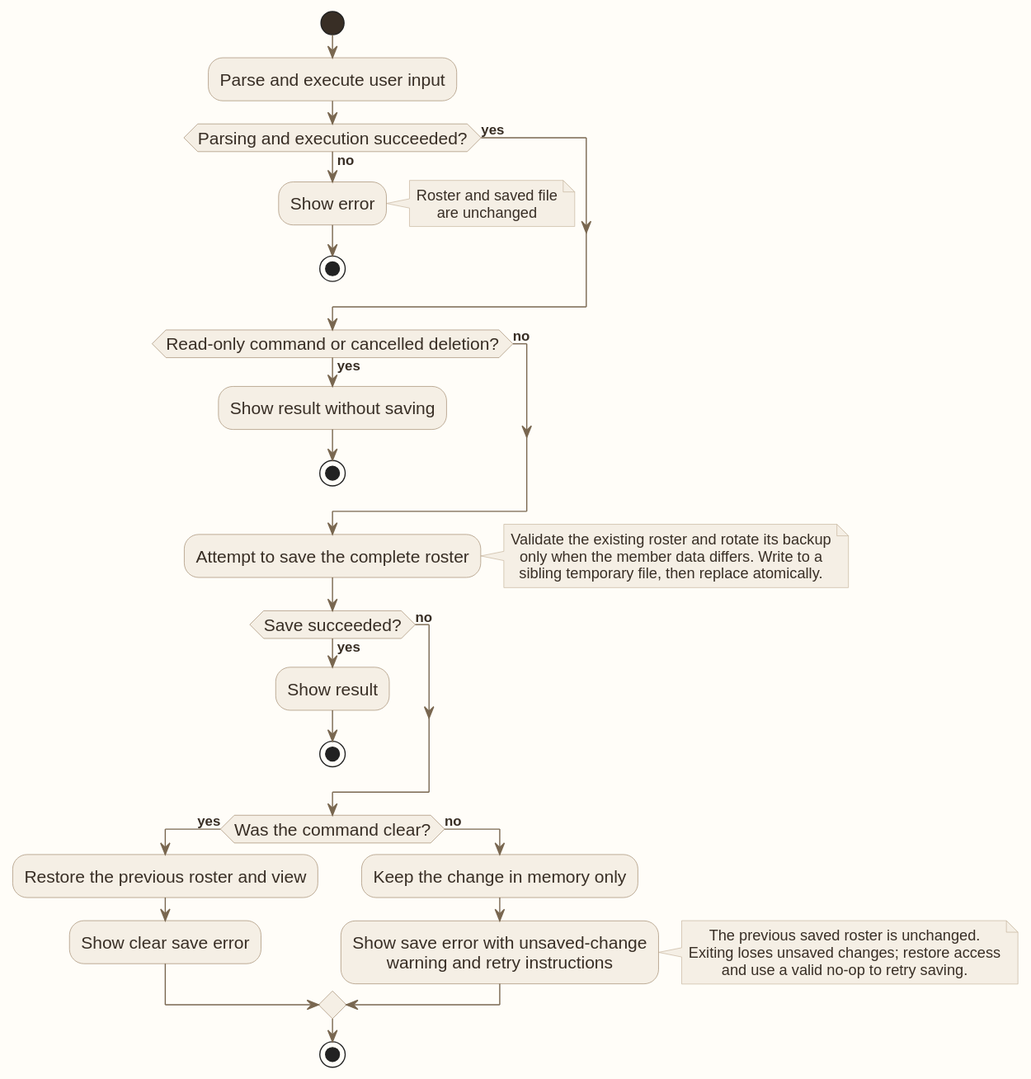
AY2627S1-CS2103T-W12-1/tp keeps this PlantUML diagram as docs/images/AutomaticSavingData.svg. Above is the earlier version.
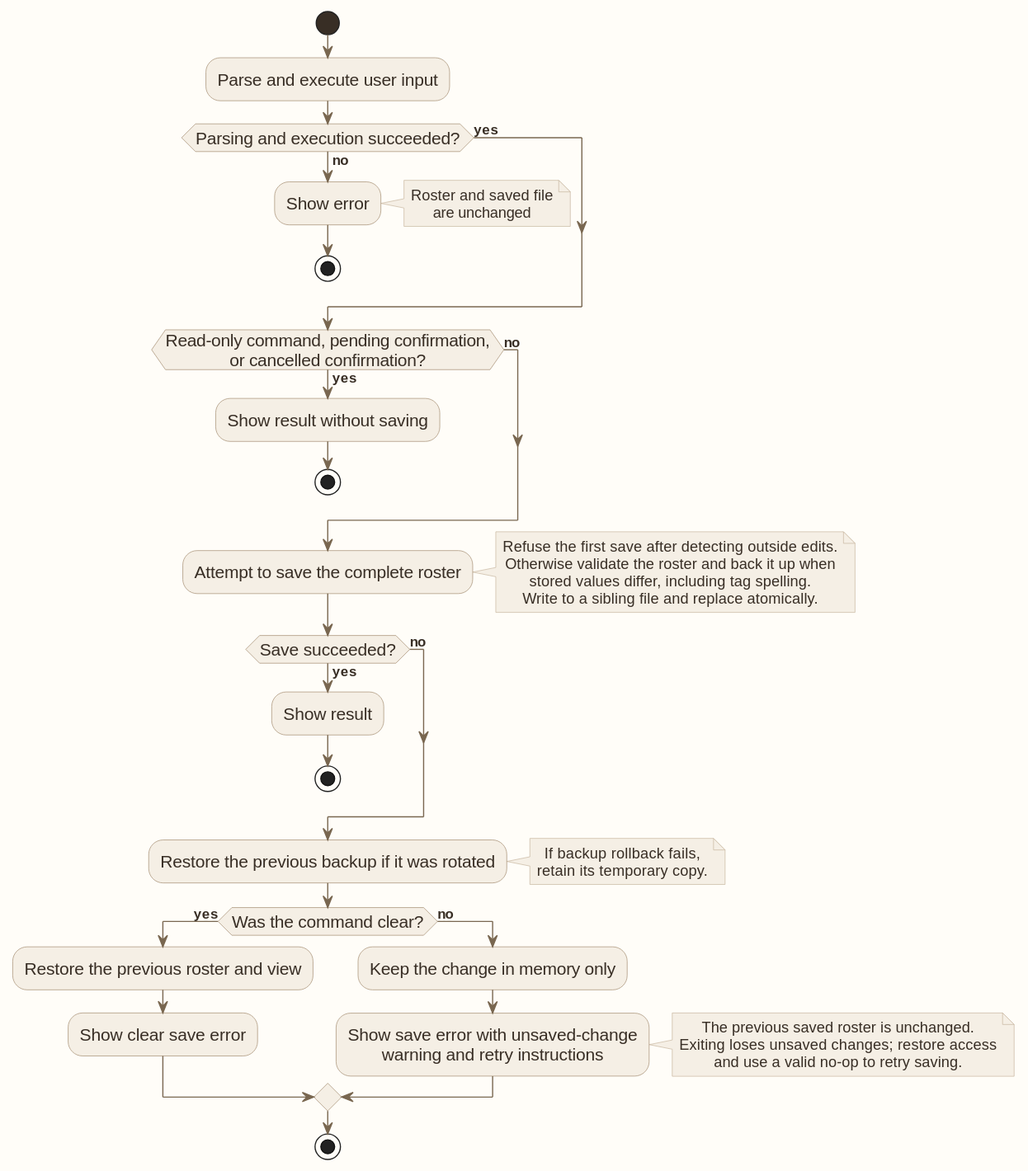
After the commit.

Change to the diagram source:
```diff
@@ -18,7 +18,7 @@
 else (yes)
 endif
 
-if (Read-only command or cancelled deletion?) then (yes)
+if (Read-only command, pending confirmation,\nor cancelled confirmation?) then (yes)
     :Show result without saving;
     stop
 else (no)
@@ -26,15 +26,19 @@
 
 :Attempt to save the complete roster;
 note right
-Validate the existing roster and rotate its backup
-only when the member data differs. Write to a
-sibling temporary file, then replace atomically.
+Refuse the first save after detecting outside edits.
+Otherwise validate the roster and back it up when
+stored values differ, including tag spelling.
+Write to a sibling file and replace atomically.
 end note
 if (Save succeeded?) then (yes)
     :Show result;
     stop
 else (no)
 endif
+
+:Restore the previous backup if it was rotated;
+note right: If backup rollback fails,\nretain its temporary copy.
 
 if (Was the command clear?) then (yes)
     :Restore the previous roster and view;
```
